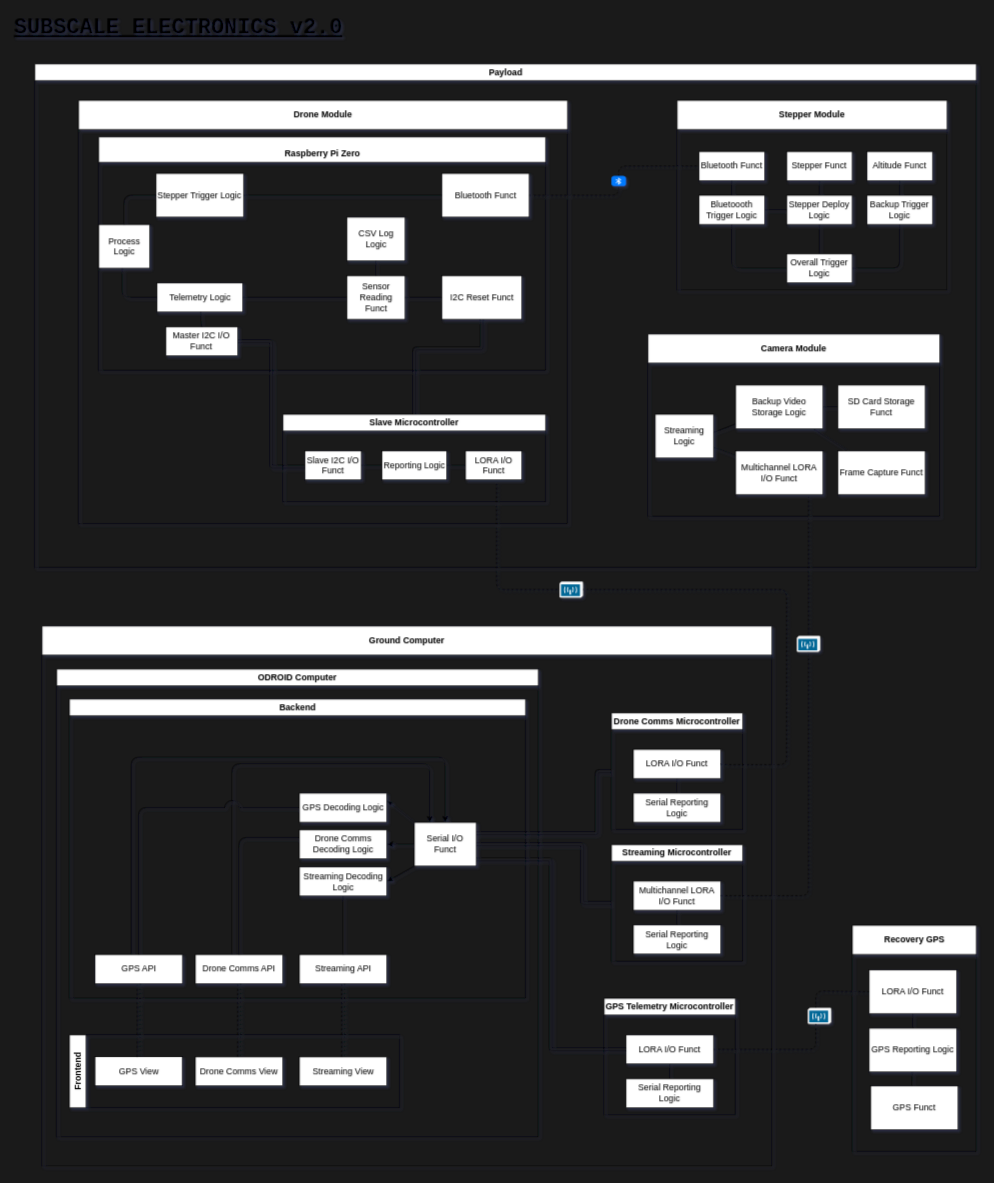
Before: page "Page-2" (1 of 2) of Design/Payload_charts.drawio in usfsoar/NSL_23-24_PayloadEECS, a draw.io diagram. Source tidied: cells renumbered, new cells numbered last; positions are measured from the earlier drawing's top-left corner, leaving out a move shared by most shapes. Both pictures are drawn from the tidied source at 73%, with x=0, y=0 at pixel (12, 12).
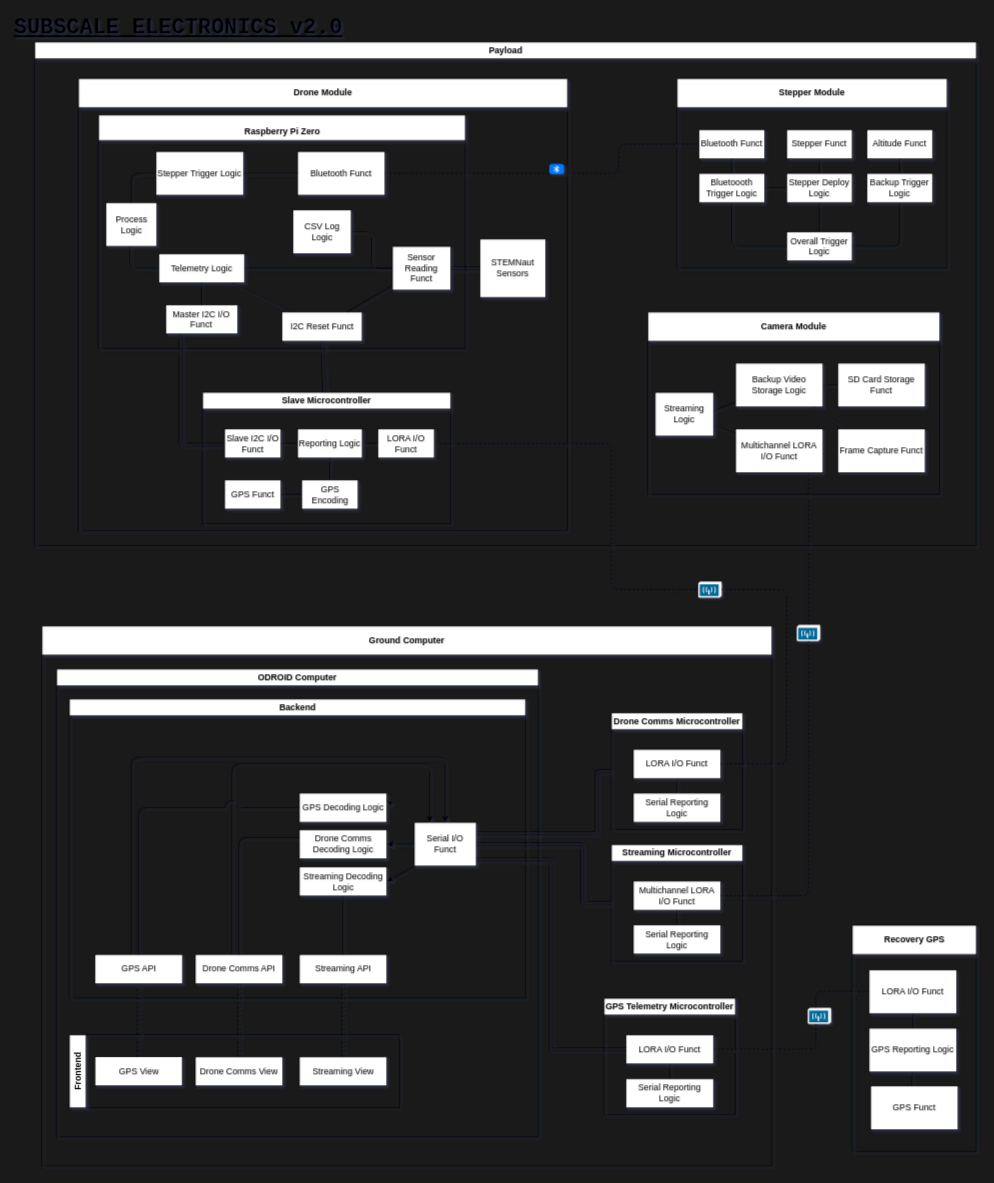
The same diagram, later.

Commit message:
Improved design accuracy

The change refers to these unchanged cells:
```xml
<mxCell id="7" value="LORA I/O Funct" style="rounded=0;whiteSpace=wrap;html=1;" parent="5" vertex="1">
  <mxGeometry x="30" y="50" width="120" height="40" as="geometry" />
</mxCell>
<mxCell id="83" value="Slave I2C I/O Funct" style="rounded=0;whiteSpace=wrap;html=1;" parent="80" vertex="1">
  <mxGeometry x="30" y="50" width="77.5" height="40" as="geometry" />
</mxCell>
<mxCell id="88" value="Master I2C I/O Funct" style="rounded=0;whiteSpace=wrap;html=1;" parent="87" vertex="1">
  <mxGeometry x="91.9" y="260" width="98.8" height="40" as="geometry" />
</mxCell>
<mxCell id="91" value="Stepper Trigger Logic" style="rounded=0;whiteSpace=wrap;html=1;" parent="87" vertex="1">
  <mxGeometry x="78.7" y="50" width="120" height="60" as="geometry" />
</mxCell>
```

The edit, as a diff of the source:
```diff
@@
-    <mxCell id="43" style="endArrow=none;html=1;dashed=1;fontColor=default;exitX=1;exitY=0.5;exitDx=0;exitDy=0;startArrow=none;startFill=0;edgeStyle=orthogonalEdgeStyle;endFill=0;entryX=0.551;entryY=1.057;entryDx=0;entryDy=0;entryPerimeter=0;" parent="1" edge="1" source="7" target="82">
+    <mxCell id="43" style="endArrow=none;html=1;dashed=1;fontColor=default;exitX=1;exitY=0.5;exitDx=0;exitDy=0;startArrow=none;startFill=0;edgeStyle=orthogonalEdgeStyle;endFill=0;entryX=1;entryY=0.5;entryDx=0;entryDy=0;" parent="1" edge="1" source="7" target="82">
       <mxGeometry relative="1" as="geometry">
         <Array as="points">
-          <mxPoint x="1060" y="1030" />
+          <mxPoint x="1060" y="1029" />
           <mxPoint x="1060" y="790" />
-          <mxPoint x="663" y="790" />
+          <mxPoint x="820" y="790" />
+          <mxPoint x="820" y="590" />
         </Array>
       </mxGeometry>
     </mxCell>
     <mxCell id="44" style="shape=mxgraph.cisco.wireless.wireless_transport;html=1;dashed=0;fillColor=#036897;strokeColor=#ffffff;strokeWidth=2;verticalLabelPosition=bottom;verticalAlign=top;align=center;labelBackgroundColor=none;fontColor=default;" parent="43" vertex="1">
       <mxGeometry width="30" height="20" relative="1" as="geometry">
-        <mxPoint x="-203" y="-10" as="offset" />
+        <mxPoint x="57" y="-10" as="offset" />
       </mxGeometry>
     </mxCell>
@@
     <mxCell id="53" value="Payload" style="swimlane;labelBackgroundColor=none;fontColor=default;gradientColor=none;html=1;" parent="1" vertex="1">
-      <mxGeometry x="30" y="70" width="1290" height="690" as="geometry" />
+      <mxGeometry x="30" y="40" width="1290" height="690" as="geometry" />
     </mxCell>
@@
     <mxCell id="79" value="Drone Module" style="swimlane;whiteSpace=wrap;html=1;startSize=40;" parent="53" vertex="1">
-      <mxGeometry x="60" y="50" width="670" height="580" as="geometry" />
+      <mxGeometry x="60" y="50" width="670" height="620" as="geometry" />
     </mxCell>
     <mxCell id="80" value="Slave Microcontroller" style="swimlane;whiteSpace=wrap;html=1;labelBackgroundColor=none;fontColor=default;gradientColor=none;" parent="79" vertex="1">
-      <mxGeometry x="280" y="430" width="360" height="120" as="geometry" />
+      <mxGeometry x="170" y="430" width="340" height="180" as="geometry" />
     </mxCell>
@@
     <mxCell id="82" value="LORA I/O Funct" style="rounded=0;whiteSpace=wrap;html=1;" parent="80" vertex="1">
-      <mxGeometry x="250" y="50" width="77.5" height="40" as="geometry" />
+      <mxGeometry x="240" y="50" width="77.5" height="40" as="geometry" />
     </mxCell>
@@
     <mxCell id="85" value="Reporting Logic" style="rounded=0;whiteSpace=wrap;html=1;" parent="80" vertex="1">
-      <mxGeometry x="135.6" y="50" width="88.8" height="40" as="geometry" />
+      <mxGeometry x="130" y="50" width="88.8" height="40" as="geometry" />
     </mxCell>
+    <mxCell id="108" style="edgeStyle=none;html=1;endArrow=none;endFill=0;" parent="80" edge="1" source="109" target="111">
+      <mxGeometry relative="1" as="geometry" />
+    </mxCell>
+    <mxCell id="109" value="GPS Funct" style="rounded=0;whiteSpace=wrap;html=1;" parent="80" vertex="1">
+      <mxGeometry x="30" y="120" width="77.5" height="40" as="geometry" />
+    </mxCell>
+    <mxCell id="110" style="edgeStyle=none;html=1;endArrow=none;endFill=0;" parent="80" edge="1" source="111" target="85">
+      <mxGeometry relative="1" as="geometry" />
+    </mxCell>
+    <mxCell id="111" value="GPS Encoding" style="rounded=0;whiteSpace=wrap;html=1;" parent="80" vertex="1">
+      <mxGeometry x="135.6" y="120" width="77.5" height="40" as="geometry" />
+    </mxCell>
     <mxCell id="86" style="edgeStyle=orthogonalEdgeStyle;shape=link;jumpStyle=gap;jumpSize=20;html=1;entryX=-0.005;entryY=0.547;entryDx=0;entryDy=0;fontColor=default;startArrow=none;startFill=0;endArrow=none;endFill=0;entryPerimeter=0;" parent="79" edge="1" source="88" target="83">
-      <mxGeometry relative="1" as="geometry" />
+      <mxGeometry relative="1" as="geometry">
+        <Array as="points">
+          <mxPoint x="140" y="502" />
+        </Array>
+      </mxGeometry>
     </mxCell>
     <mxCell id="87" value="&lt;font face=&quot;Helvetica&quot; style=&quot;font-size: 12px;&quot;&gt;Raspberry Pi Zero&lt;/font&gt;" style="swimlane;whiteSpace=wrap;html=1;labelBackgroundColor=none;fontFamily=Courier New;fontSize=30;fontColor=default;gradientColor=none;startSize=35;align=center;verticalAlign=middle;" parent="79" vertex="1">
-      <mxGeometry x="27.5" y="50" width="612.5" height="320" as="geometry" />
+      <mxGeometry x="27.5" y="50" width="502.5" height="320" as="geometry" />
     </mxCell>
@@
+    <mxCell id="112" style="html=1;endArrow=none;endFill=0;" parent="87" edge="1" source="89" target="95">
+      <mxGeometry relative="1" as="geometry" />
+    </mxCell>
     <mxCell id="89" value="Telemetry Logic" style="rounded=0;whiteSpace=wrap;html=1;" parent="87" vertex="1">
-      <mxGeometry x="80" y="200" width="117.5" height="40" as="geometry" />
+      <mxGeometry x="82.5" y="190" width="117.5" height="40" as="geometry" />
     </mxCell>
+    <mxCell id="97" style="edgeStyle=orthogonalEdgeStyle;html=1;entryX=0;entryY=0.5;entryDx=0;entryDy=0;endArrow=none;endFill=0;" parent="87" edge="1" source="90" target="89">
+      <mxGeometry relative="1" as="geometry">
+        <Array as="points">
+          <mxPoint x="43" y="210" />
+        </Array>
+      </mxGeometry>
+    </mxCell>
     <mxCell id="90" value="Process Logic" style="rounded=0;whiteSpace=wrap;html=1;" parent="87" vertex="1">
-      <mxGeometry y="120" width="70" height="60" as="geometry" />
+      <mxGeometry x="10" y="120" width="70" height="60" as="geometry" />
     </mxCell>
+    <mxCell id="98" style="edgeStyle=orthogonalEdgeStyle;html=1;entryX=0.5;entryY=0;entryDx=0;entryDy=0;endArrow=none;endFill=0;exitX=0;exitY=0.5;exitDx=0;exitDy=0;" parent="87" edge="1" source="91" target="90">
+      <mxGeometry relative="1" as="geometry" />
+    </mxCell>
@@
     <mxCell id="92" value="Bluetooth Funct" style="rounded=0;whiteSpace=wrap;html=1;" parent="87" vertex="1">
-      <mxGeometry x="470" y="50" width="120" height="60" as="geometry" />
+      <mxGeometry x="272.5" y="50" width="120" height="60" as="geometry" />
     </mxCell>
     <mxCell id="93" value="CSV Log Logic" style="rounded=0;whiteSpace=wrap;html=1;" parent="87" vertex="1">
-      <mxGeometry x="340" y="110" width="80" height="60" as="geometry" />
+      <mxGeometry x="266.2" y="130" width="80" height="60" as="geometry" />
     </mxCell>
     <mxCell id="94" value="Sensor Reading Funct" style="rounded=0;whiteSpace=wrap;html=1;" parent="87" vertex="1">
-      <mxGeometry x="340" y="190" width="80" height="60" as="geometry" />
+      <mxGeometry x="402.5" y="180" width="80" height="60" as="geometry" />
     </mxCell>
     <mxCell id="95" value="I2C Reset Funct" style="rounded=0;whiteSpace=wrap;html=1;" parent="87" vertex="1">
-      <mxGeometry x="470" y="190" width="110" height="60" as="geometry" />
+      <mxGeometry x="251.2" y="270" width="110" height="40" as="geometry" />
     </mxCell>
@@
-    <mxCell id="97" style="jumpStyle=gap;jumpSize=20;html=1;fontColor=default;startArrow=none;startFill=0;endArrow=none;endFill=0;edgeStyle=orthogonalEdgeStyle;" parent="87" edge="1" source="90" target="89">
-      <mxGeometry relative="1" as="geometry">
-        <Array as="points">
-          <mxPoint x="32.5" y="220" />
-        </Array>
-      </mxGeometry>
-    </mxCell>
-    <mxCell id="98" style="jumpStyle=gap;jumpSize=20;html=1;fontColor=default;startArrow=none;startFill=0;endArrow=none;endFill=0;edgeStyle=orthogonalEdgeStyle;" parent="87" edge="1" source="91" target="90">
-      <mxGeometry relative="1" as="geometry" />
-    </mxCell>
@@
-    <mxCell id="101" style="jumpStyle=arc;jumpSize=20;html=1;fontColor=default;startArrow=none;startFill=0;endArrow=none;endFill=0;" parent="87" edge="1" source="94" target="93">
+    <mxCell id="101" style="jumpStyle=arc;jumpSize=20;html=1;fontColor=default;startArrow=none;startFill=0;endArrow=none;endFill=0;edgeStyle=orthogonalEdgeStyle;" parent="87" edge="1" source="94" target="93">
       <mxGeometry relative="1" as="geometry" />
     </mxCell>
@@
-    <mxCell id="103" style="edgeStyle=orthogonalEdgeStyle;shape=link;jumpStyle=gap;jumpSize=20;html=1;fontFamily=Helvetica;fontSize=12;fontColor=default;startArrow=none;startFill=0;endArrow=block;endFill=0;" parent="79" edge="1" source="95" target="80">
-      <mxGeometry relative="1" as="geometry">
-        <Array as="points">
-          <mxPoint x="553" y="340" />
-          <mxPoint x="460" y="340" />
-        </Array>
-      </mxGeometry>
+    <mxCell id="103" style="edgeStyle=none;html=1;endArrow=none;endFill=0;shape=link;" parent="79" edge="1" source="95" target="80">
+      <mxGeometry relative="1" as="geometry" />
     </mxCell>
+    <mxCell id="113" value="STEMNaut Sensors" style="rounded=0;whiteSpace=wrap;html=1;" parent="79" vertex="1">
+      <mxGeometry x="550" y="220" width="90" height="80" as="geometry" />
+    </mxCell>
+    <mxCell id="114" style="edgeStyle=orthogonalEdgeStyle;shape=link;html=1;endArrow=none;endFill=0;" parent="79" edge="1" source="94" target="113">
+      <mxGeometry relative="1" as="geometry" />
+    </mxCell>
```
